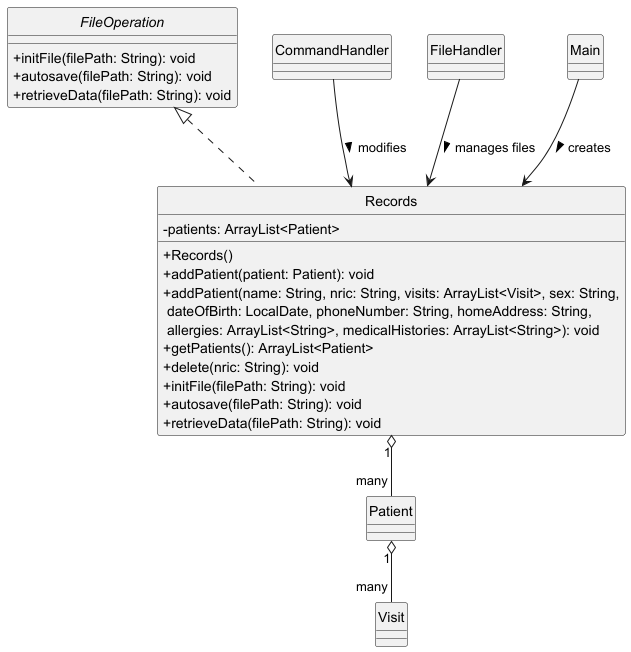
yentheng0110/tp keeps this PlantUML diagram as docs/Records.png. Above is the earlier version.
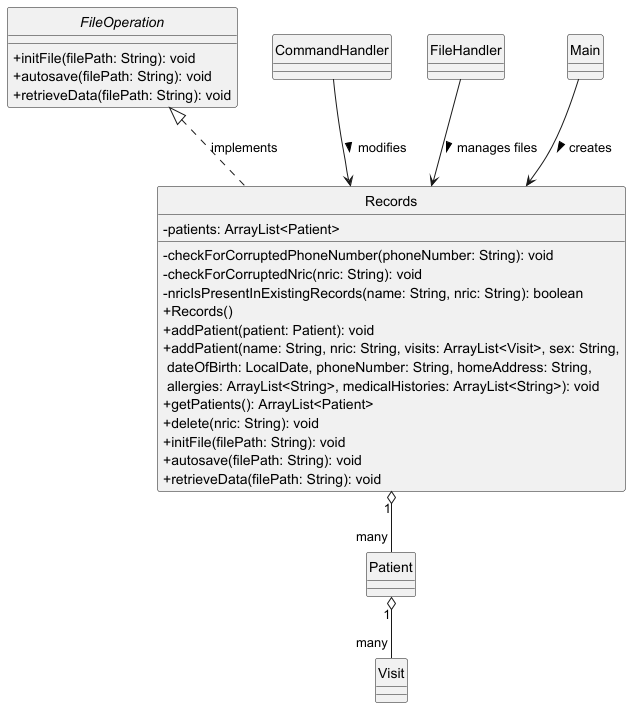
After the commit.

Commit message:
update class diagrams Record and AppointmentRecord

Diff of the diagram source:
```diff
@@ -4,6 +4,9 @@
 
 class Records {
     -patients: ArrayList<Patient>
+    -checkForCorruptedPhoneNumber(phoneNumber: String): void
+    -checkForCorruptedNric(nric: String): void
+    -nricIsPresentInExistingRecords(name: String, nric: String): boolean
     +Records()
     +addPatient(patient: Patient): void
     +addPatient(name: String, nric: String, visits: ArrayList<Visit>, sex: String,\n dateOfBirth: LocalDate, phoneNumber: String, homeAddress: String,\n allergies: ArrayList<String>, medicalHistories: ArrayList<String>): void
@@ -21,21 +24,26 @@
 }
 
 class Patient {
+
 }
 
 class Visit {
+
 }
 
 class CommandHandler {
+
 }
 
 class FileHandler {
+
 }
 
 class Main {
+
 }
 
-FileOperation <|.. Records
+FileOperation <|.. Records : implements
 
 Main --> Records : creates >
 CommandHandler --> Records : modifies >
@@ -44,4 +52,5 @@
 Records "1" o-- "many" Patient
 Patient "1" o-- "many" Visit
 
+
 @enduml
```
